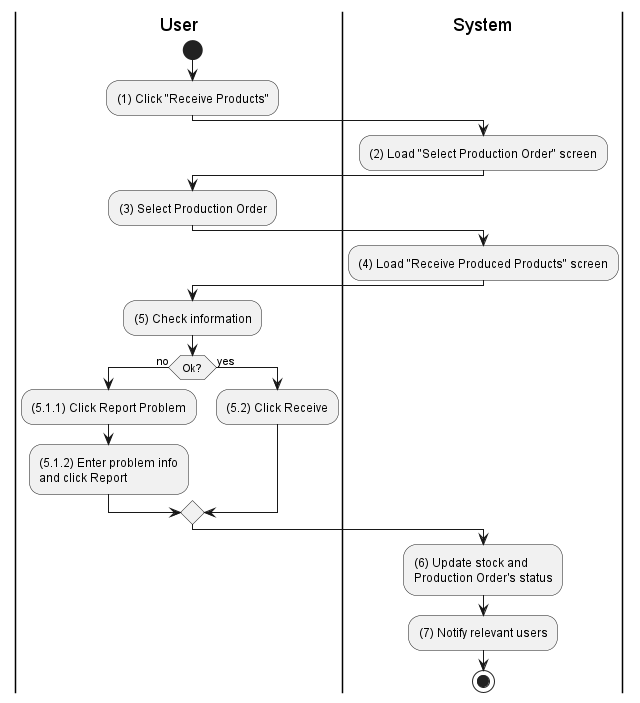
phihungha/SE357-Practice-class keeps this PlantUML diagram as Lab1/Lab1.2/activities/inventory-product-receive.png. Above is the earlier version. Source of this version:
```plantuml
@startuml inventory-product-receive
|u|User
|s|System

|u|
start
:(1) Click "Receive Products";

|s|
:(2) Load "Select Production Order" screen;

|u|
:(3) Select Production Order;

|s|
:(4) Load "Receive Produced Products" screen;

|u|
:(5) Check information;

if (Ok?) then (no)
    |u|
    :(5.1.1) Click Report Problem;
    :(5.1.2) Enter problem info\nand click Report;
else (yes)
    |u|
    :(5.2) Click Receive;
endif

|s|
:(6) Update stock and\nProduction Order's status;
:(7) Notify relevant users;
stop
@enduml
```
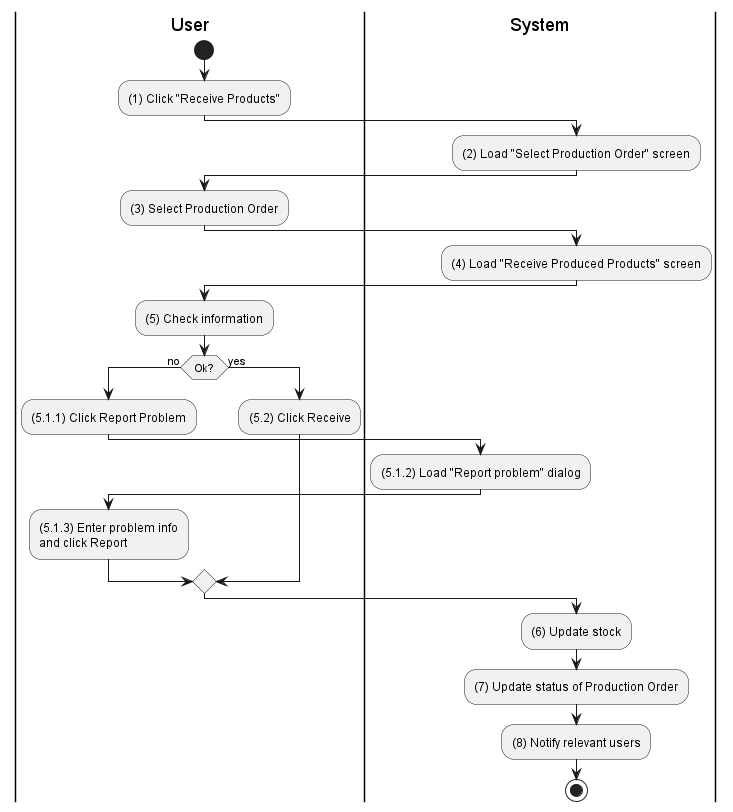
The same diagram one commit later.

Change to the diagram source:
```diff
@@ -21,14 +21,20 @@
 if (Ok?) then (no)
     |u|
     :(5.1.1) Click Report Problem;
-    :(5.1.2) Enter problem info\nand click Report;
+
+    |s|
+    :(5.1.2) Load "Report problem" dialog;
+
+    |u|
+    :(5.1.3) Enter problem info\nand click Report;
 else (yes)
     |u|
     :(5.2) Click Receive;
 endif
 
 |s|
-:(6) Update stock and\nProduction Order's status;
-:(7) Notify relevant users;
+:(6) Update stock;
+:(7) Update status of Production Order;
+:(8) Notify relevant users;
 stop
 @enduml
```
